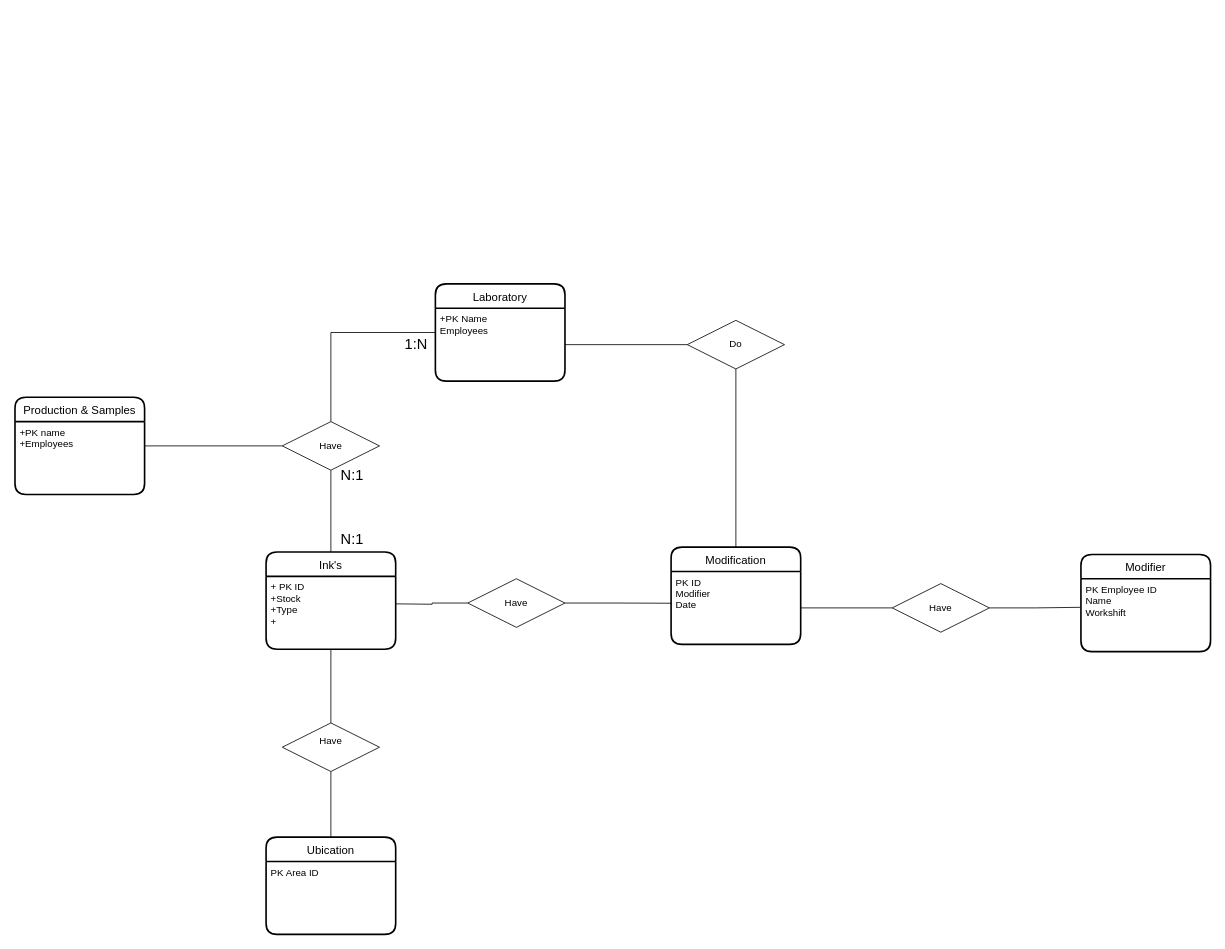
Earlier version of the draw.io diagram Untitled Diagram.drawio (BarajasGD/DB_Diagrams). Source tidied: cells renumbered, new cells numbered last; positions are measured from the earlier drawing's top-left corner, leaving out a move shared by most shapes. Both pictures are drawn from the tidied source at 81%, with x=0, y=0 at pixel (15, 284).
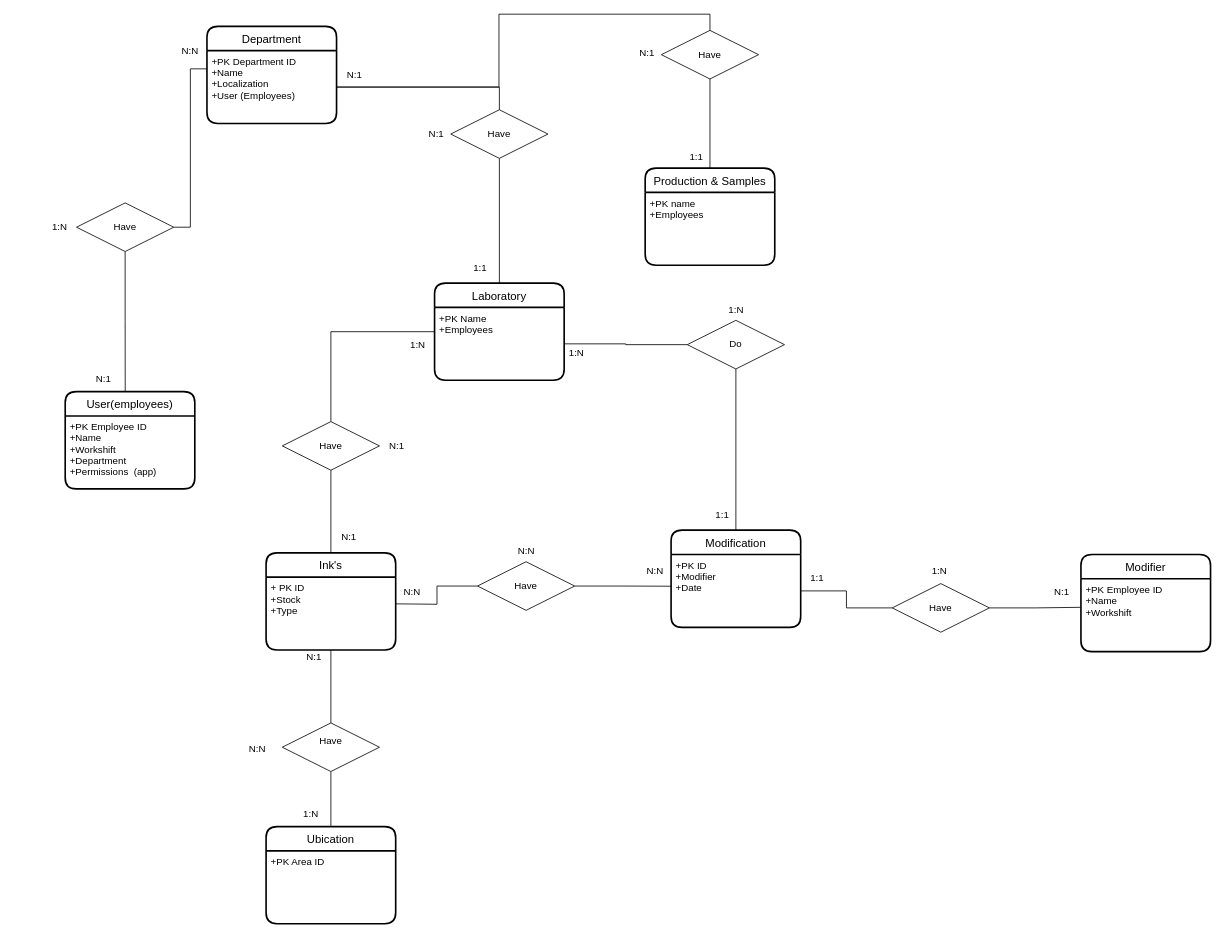
The same page after the edit.

The change refers to these unchanged cells:
```xml
<mxCell id="7" value="Have" style="shape=rhombus;perimeter=rhombusPerimeter;whiteSpace=wrap;html=1;align=center;labelBackgroundColor=none;" parent="1" vertex="1">
  <mxGeometry x="330" y="170" width="120" height="60" as="geometry" />
</mxCell>
<mxCell id="22" value="Modifier" style="swimlane;horizontal=1;startSize=30;rounded=1;fontSize=14;fontStyle=0;strokeWidth=2;shadow=0;dashed=0;align=center;labelBackgroundColor=none;" parent="1" vertex="1">
  <mxGeometry x="1316" y="334" width="160" height="120" as="geometry" />
</mxCell>
```

Diff of the diagram source:
```diff
@@
     <mxCell id="3" value="Ink's" style="swimlane;horizontal=1;startSize=30;rounded=1;fontSize=14;fontStyle=0;strokeWidth=2;shadow=0;dashed=0;align=center;" parent="1" vertex="1">
-      <mxGeometry x="310" y="331" width="160" height="120" as="geometry" />
+      <mxGeometry x="310" y="332" width="160" height="120" as="geometry" />
     </mxCell>
-    <mxCell id="4" value="+ PK ID&#10;+Stock&#10;+Type&#10;+&#10;" style="align=left;strokeColor=none;fillColor=none;spacingLeft=4;fontSize=12;verticalAlign=top;labelBackgroundColor=none;" parent="3" vertex="1">
+    <mxCell id="4" value="+ PK ID&#10;+Stock&#10;+Type&#10;" style="align=left;strokeColor=none;fillColor=none;spacingLeft=4;fontSize=12;verticalAlign=top;labelBackgroundColor=none;" parent="3" vertex="1">
       <mxGeometry y="30" width="160" height="90" as="geometry" />
     </mxCell>
@@
     <mxCell id="8" value="Laboratory" style="swimlane;horizontal=1;startSize=30;rounded=1;fontSize=14;fontStyle=0;strokeWidth=2;shadow=0;dashed=0;align=center;labelBackgroundColor=none;" parent="1" vertex="1">
-      <mxGeometry x="519" width="160" height="120" as="geometry" />
+      <mxGeometry x="518" y="-1" width="160" height="120" as="geometry" />
     </mxCell>
-    <mxCell id="9" value="+PK Name&#10;Employees&#10;" style="align=left;strokeColor=none;fillColor=none;spacingLeft=4;fontSize=12;verticalAlign=top;labelBackgroundColor=none;" parent="8" vertex="1">
+    <mxCell id="9" value="+PK Name&#10;+Employees&#10;" style="align=left;strokeColor=none;fillColor=none;spacingLeft=4;fontSize=12;verticalAlign=top;labelBackgroundColor=none;" parent="8" vertex="1">
       <mxGeometry y="30" width="160" height="90" as="geometry" />
     </mxCell>
@@
     <mxCell id="12" value="Ubication" style="swimlane;horizontal=1;startSize=30;rounded=1;fontSize=14;fontStyle=0;strokeWidth=2;shadow=0;dashed=0;align=center;labelBackgroundColor=none;" parent="1" vertex="1">
-      <mxGeometry x="310" y="683" width="160" height="120" as="geometry" />
+      <mxGeometry x="310" y="670" width="160" height="120" as="geometry" />
     </mxCell>
-    <mxCell id="13" value="PK Area ID" style="align=left;strokeColor=none;fillColor=none;spacingLeft=4;fontSize=12;verticalAlign=top;labelBackgroundColor=none;" parent="12" vertex="1">
+    <mxCell id="13" value="+PK Area ID" style="align=left;strokeColor=none;fillColor=none;spacingLeft=4;fontSize=12;verticalAlign=top;labelBackgroundColor=none;" parent="12" vertex="1">
       <mxGeometry y="30" width="160" height="90" as="geometry" />
     </mxCell>
@@
     <mxCell id="16" value="&lt;div&gt;Have&lt;/div&gt;" style="shape=rhombus;perimeter=rhombusPerimeter;whiteSpace=wrap;html=1;align=center;labelBackgroundColor=none;" parent="1" vertex="1">
-      <mxGeometry x="559" y="364" width="120" height="60" as="geometry" />
+      <mxGeometry x="571" y="343" width="120" height="60" as="geometry" />
     </mxCell>
     <mxCell id="17" value="Modification" style="swimlane;horizontal=1;startSize=30;rounded=1;fontSize=14;fontStyle=0;strokeWidth=2;shadow=0;dashed=0;align=center;labelBackgroundColor=none;" parent="1" vertex="1">
-      <mxGeometry x="810" y="325" width="160" height="120" as="geometry" />
+      <mxGeometry x="810" y="304" width="160" height="120" as="geometry" />
     </mxCell>
-    <mxCell id="18" value="PK ID&#10;Modifier&#10;Date&#10;" style="align=left;strokeColor=none;fillColor=none;spacingLeft=4;fontSize=12;verticalAlign=top;labelBackgroundColor=none;" parent="17" vertex="1">
+    <mxCell id="18" value="+PK ID&#10;+Modifier&#10;+Date&#10;" style="align=left;strokeColor=none;fillColor=none;spacingLeft=4;fontSize=12;verticalAlign=top;labelBackgroundColor=none;" parent="17" vertex="1">
       <mxGeometry y="30" width="160" height="90" as="geometry" />
     </mxCell>
@@
-    <mxCell id="23" value="PK Employee ID&#10;Name&#10;Workshift&#10;" style="align=left;strokeColor=none;fillColor=none;spacingLeft=4;fontSize=12;verticalAlign=top;labelBackgroundColor=none;" parent="22" vertex="1">
+    <mxCell id="23" value="+PK Employee ID&#10;+Name&#10;+Workshift&#10;" style="align=left;strokeColor=none;fillColor=none;spacingLeft=4;fontSize=12;verticalAlign=top;labelBackgroundColor=none;" parent="22" vertex="1">
       <mxGeometry y="30" width="160" height="90" as="geometry" />
     </mxCell>
-    <mxCell id="24" style="edgeStyle=orthogonalEdgeStyle;rounded=0;jettySize=auto;html=1;entryX=0;entryY=0.5;entryDx=0;entryDy=0;endArrow=none;endFill=0;" parent="1" edge="1" source="25" target="7">
-      <mxGeometry relative="1" as="geometry" />
-    </mxCell>
     <mxCell id="25" value="Production &amp; Samples" style="swimlane;horizontal=1;startSize=30;rounded=1;fontSize=14;fontStyle=0;strokeWidth=2;shadow=0;dashed=0;align=center;labelBackgroundColor=none;" parent="1" vertex="1">
-      <mxGeometry y="140" width="160" height="120" as="geometry" />
+      <mxGeometry x="778" y="-143" width="160" height="120" as="geometry" />
     </mxCell>
@@
-    <mxCell id="30" value="&lt;font style=&quot;font-size: 18px;&quot;&gt;N:1&lt;/font&gt;" style="text;html=1;align=center;verticalAlign=middle;strokeColor=none;fillColor=none;" parent="1" vertex="1">
-      <mxGeometry x="397" y="305" width="38" height="20" as="geometry" />
-    </mxCell>
-    <mxCell id="31" value="&lt;font style=&quot;font-size: 18px;&quot;&gt;1:N&lt;/font&gt;" style="text;html=1;align=center;verticalAlign=middle;strokeColor=none;fillColor=none;" parent="1" vertex="1">
-      <mxGeometry x="476" y="65" width="38" height="20" as="geometry" />
-    </mxCell>
-    <mxCell id="32" value="&lt;font style=&quot;font-size: 18px;&quot;&gt;N:1&lt;/font&gt;" style="text;html=1;align=center;verticalAlign=middle;strokeColor=none;fillColor=none;" parent="1" vertex="1">
-      <mxGeometry x="397" y="227" width="38" height="20" as="geometry" />
-    </mxCell>
+    <mxCell id="33" value="Department" style="swimlane;horizontal=1;startSize=30;rounded=1;fontSize=14;fontStyle=0;strokeWidth=2;shadow=0;dashed=0;align=center;" parent="1" vertex="1">
+      <mxGeometry x="237" y="-318" width="160" height="120" as="geometry" />
+    </mxCell>
+    <mxCell id="34" value="+PK Department ID&#10;+Name&#10;+Localization&#10;+User (Employees)" style="align=left;strokeColor=none;fillColor=none;spacingLeft=4;fontSize=12;verticalAlign=top;" parent="33" vertex="1">
+      <mxGeometry y="30" width="160" height="90" as="geometry" />
+    </mxCell>
+    <mxCell id="35" style="edgeStyle=orthogonalEdgeStyle;rounded=0;jettySize=auto;html=1;entryX=0.5;entryY=0;entryDx=0;entryDy=0;endArrow=none;endFill=0;" parent="1" edge="1" source="36" target="25">
+      <mxGeometry relative="1" as="geometry" />
+    </mxCell>
+    <mxCell id="36" value="Have" style="shape=rhombus;perimeter=rhombusPerimeter;whiteSpace=wrap;html=1;align=center;" parent="1" vertex="1">
+      <mxGeometry x="798" y="-313" width="120" height="60" as="geometry" />
+    </mxCell>
+    <mxCell id="37" style="edgeStyle=orthogonalEdgeStyle;rounded=0;jettySize=auto;html=1;exitX=0.5;exitY=1;exitDx=0;exitDy=0;entryX=0.5;entryY=0;entryDx=0;entryDy=0;endArrow=none;endFill=0;" parent="1" edge="1" source="38" target="8">
+      <mxGeometry relative="1" as="geometry" />
+    </mxCell>
+    <mxCell id="38" value="Have" style="shape=rhombus;perimeter=rhombusPerimeter;whiteSpace=wrap;html=1;align=center;" parent="1" vertex="1">
+      <mxGeometry x="538" y="-215" width="120" height="60" as="geometry" />
+    </mxCell>
+    <mxCell id="39" style="edgeStyle=orthogonalEdgeStyle;rounded=0;jettySize=auto;html=1;exitX=1;exitY=0.5;exitDx=0;exitDy=0;entryX=0.5;entryY=0;entryDx=0;entryDy=0;endArrow=none;endFill=0;" parent="1" edge="1" source="34" target="38">
+      <mxGeometry relative="1" as="geometry" />
+    </mxCell>
+    <mxCell id="40" style="edgeStyle=orthogonalEdgeStyle;rounded=0;jettySize=auto;html=1;exitX=1;exitY=0.5;exitDx=0;exitDy=0;entryX=0.5;entryY=0;entryDx=0;entryDy=0;endArrow=none;endFill=0;" parent="1" edge="1" source="34" target="36">
+      <mxGeometry relative="1" as="geometry" />
+    </mxCell>
+    <mxCell id="41" style="edgeStyle=orthogonalEdgeStyle;rounded=0;jettySize=auto;html=1;entryX=0;entryY=0.25;entryDx=0;entryDy=0;endArrow=none;endFill=0;" parent="1" edge="1" source="43" target="34">
+      <mxGeometry relative="1" as="geometry" />
+    </mxCell>
+    <mxCell id="42" style="edgeStyle=orthogonalEdgeStyle;rounded=0;jettySize=auto;html=1;exitX=0.5;exitY=1;exitDx=0;exitDy=0;entryX=0.463;entryY=0;entryDx=0;entryDy=0;entryPerimeter=0;endArrow=none;endFill=0;" parent="1" edge="1" source="43" target="44">
+      <mxGeometry relative="1" as="geometry" />
+    </mxCell>
+    <mxCell id="43" value="Have" style="shape=rhombus;perimeter=rhombusPerimeter;whiteSpace=wrap;html=1;align=center;" parent="1" vertex="1">
+      <mxGeometry x="76" y="-100" width="120" height="60" as="geometry" />
+    </mxCell>
+    <mxCell id="44" value="User(employees)" style="swimlane;horizontal=1;startSize=30;rounded=1;fontSize=14;fontStyle=0;strokeWidth=2;shadow=0;dashed=0;align=center;" parent="1" vertex="1">
+      <mxGeometry x="62" y="133" width="160" height="120" as="geometry" />
+    </mxCell>
+    <mxCell id="45" value="+PK Employee ID&#10;+Name&#10;+Workshift&#10;+Department&#10;+Permissions  (app)" style="align=left;strokeColor=none;fillColor=none;spacingLeft=4;fontSize=12;verticalAlign=top;" parent="44" vertex="1">
+      <mxGeometry y="30" width="160" height="90" as="geometry" />
+    </mxCell>
+    <mxCell id="46" value="1:1" style="text;html=1;align=center;verticalAlign=middle;strokeColor=none;fillColor=none;" parent="1" vertex="1">
+      <mxGeometry x="827" y="-166" width="27" height="18" as="geometry" />
+    </mxCell>
+    <mxCell id="47" value="1:1" style="text;html=1;align=center;verticalAlign=middle;strokeColor=none;fillColor=none;" parent="1" vertex="1">
+      <mxGeometry x="560" y="-29" width="27" height="18" as="geometry" />
+    </mxCell>
+    <mxCell id="48" value="1:1" style="text;html=1;align=center;verticalAlign=middle;strokeColor=none;fillColor=none;" parent="1" vertex="1">
+      <mxGeometry x="859" y="277" width="27" height="18" as="geometry" />
+    </mxCell>
+    <mxCell id="49" value="1:1" style="text;html=1;align=center;verticalAlign=middle;strokeColor=none;fillColor=none;" parent="1" vertex="1">
+      <mxGeometry x="976" y="354" width="27" height="18" as="geometry" />
+    </mxCell>
+    <mxCell id="50" value="1:N" style="text;html=1;align=center;verticalAlign=middle;strokeColor=none;fillColor=none;" parent="1" vertex="1">
+      <mxGeometry x="40" y="-79" width="29" height="18" as="geometry" />
+    </mxCell>
+    <mxCell id="51" value="1:N" style="text;html=1;align=center;verticalAlign=middle;strokeColor=none;fillColor=none;" parent="1" vertex="1">
+      <mxGeometry x="482" y="67" width="29" height="18" as="geometry" />
+    </mxCell>
+    <mxCell id="52" value="1:N" style="text;html=1;align=center;verticalAlign=middle;strokeColor=none;fillColor=none;" parent="1" vertex="1">
+      <mxGeometry x="350" y="646" width="29" height="18" as="geometry" />
+    </mxCell>
+    <mxCell id="53" value="1:N" style="text;html=1;align=center;verticalAlign=middle;strokeColor=none;fillColor=none;" parent="1" vertex="1">
+      <mxGeometry x="875.5" y="23" width="29" height="18" as="geometry" />
+    </mxCell>
+    <mxCell id="54" value="1:N" style="text;html=1;align=center;verticalAlign=middle;strokeColor=none;fillColor=none;" parent="1" vertex="1">
+      <mxGeometry x="678" y="77" width="29" height="18" as="geometry" />
+    </mxCell>
+    <mxCell id="55" value="1:N" style="text;html=1;align=center;verticalAlign=middle;strokeColor=none;fillColor=none;" parent="1" vertex="1">
+      <mxGeometry x="1126" y="346" width="29" height="18" as="geometry" />
+    </mxCell>
+    <mxCell id="56" value="N:N" style="text;html=1;align=center;verticalAlign=middle;strokeColor=none;fillColor=none;" parent="1" vertex="1">
+      <mxGeometry x="200" y="-296" width="31" height="18" as="geometry" />
+    </mxCell>
+    <mxCell id="57" value="N:N" style="text;html=1;align=center;verticalAlign=middle;strokeColor=none;fillColor=none;" parent="1" vertex="1">
+      <mxGeometry x="283" y="566" width="31" height="18" as="geometry" />
+    </mxCell>
+    <mxCell id="58" value="N:N" style="text;html=1;align=center;verticalAlign=middle;strokeColor=none;fillColor=none;" parent="1" vertex="1">
+      <mxGeometry x="615.5" y="321" width="31" height="18" as="geometry" />
+    </mxCell>
+    <mxCell id="59" value="N:N" style="text;html=1;align=center;verticalAlign=middle;strokeColor=none;fillColor=none;" parent="1" vertex="1">
+      <mxGeometry x="774" y="346" width="31" height="18" as="geometry" />
+    </mxCell>
+    <mxCell id="60" value="N:N" style="text;html=1;align=center;verticalAlign=middle;strokeColor=none;fillColor=none;" parent="1" vertex="1">
+      <mxGeometry x="474" y="372" width="31" height="18" as="geometry" />
+    </mxCell>
+    <mxCell id="61" value="N:1" style="text;html=1;align=center;verticalAlign=middle;strokeColor=none;fillColor=none;" parent="1" vertex="1">
+      <mxGeometry x="94" y="109" width="29" height="18" as="geometry" />
+    </mxCell>
+    <mxCell id="62" value="N:1" style="text;html=1;align=center;verticalAlign=middle;strokeColor=none;fillColor=none;" parent="1" vertex="1">
+      <mxGeometry x="765" y="-294" width="29" height="18" as="geometry" />
+    </mxCell>
+    <mxCell id="63" value="N:1" style="text;html=1;align=center;verticalAlign=middle;strokeColor=none;fillColor=none;" parent="1" vertex="1">
+      <mxGeometry x="505" y="-194" width="29" height="18" as="geometry" />
+    </mxCell>
+    <mxCell id="64" value="N:1" style="text;html=1;align=center;verticalAlign=middle;strokeColor=none;fillColor=none;" parent="1" vertex="1">
+      <mxGeometry x="404" y="-267" width="29" height="18" as="geometry" />
+    </mxCell>
+    <mxCell id="65" value="N:1" style="text;html=1;align=center;verticalAlign=middle;strokeColor=none;fillColor=none;" parent="1" vertex="1">
+      <mxGeometry x="397" y="304" width="29" height="18" as="geometry" />
+    </mxCell>
+    <mxCell id="66" value="N:1" style="text;html=1;align=center;verticalAlign=middle;strokeColor=none;fillColor=none;" parent="1" vertex="1">
+      <mxGeometry x="456" y="191" width="29" height="18" as="geometry" />
+    </mxCell>
+    <mxCell id="67" value="N:1" style="text;html=1;align=center;verticalAlign=middle;strokeColor=none;fillColor=none;" parent="1" vertex="1">
+      <mxGeometry x="354" y="452" width="29" height="18" as="geometry" />
+    </mxCell>
+    <mxCell id="68" value="N:1" style="text;html=1;align=center;verticalAlign=middle;strokeColor=none;fillColor=none;" parent="1" vertex="1">
+      <mxGeometry x="1277" y="372" width="29" height="18" as="geometry" />
+    </mxCell>
```
